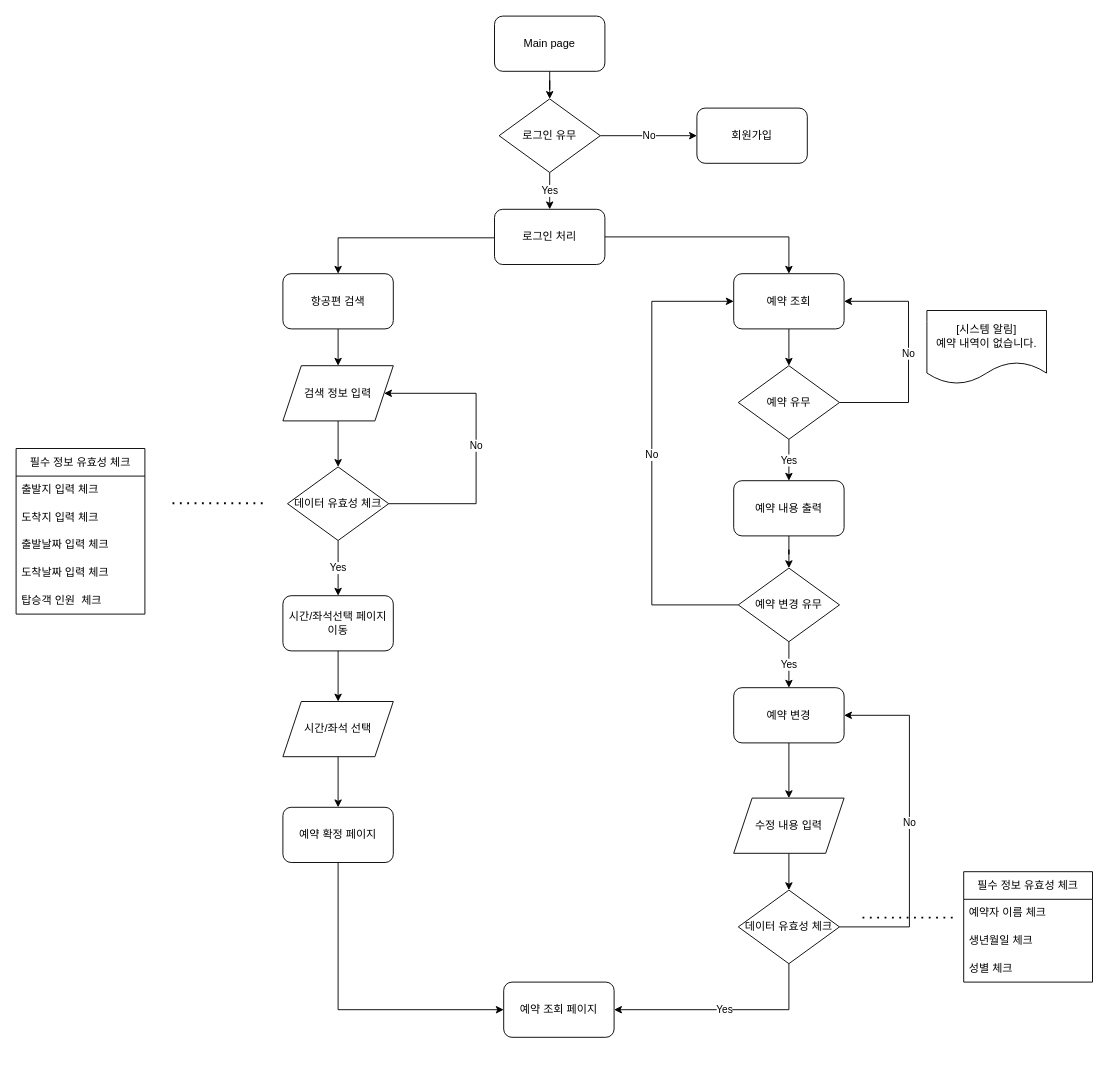
This is page "예약" (2 of 4) of 제목 없는 다이어그램.drawio from awfawf123/workspace, a draw.io file, before an edit. Source tidied: cells renumbered, new cells numbered last; positions are measured from the earlier drawing's top-left corner, leaving out a move shared by most shapes. Both pictures are drawn from the tidied source at 92%, with x=0, y=0 at pixel (16, 16).
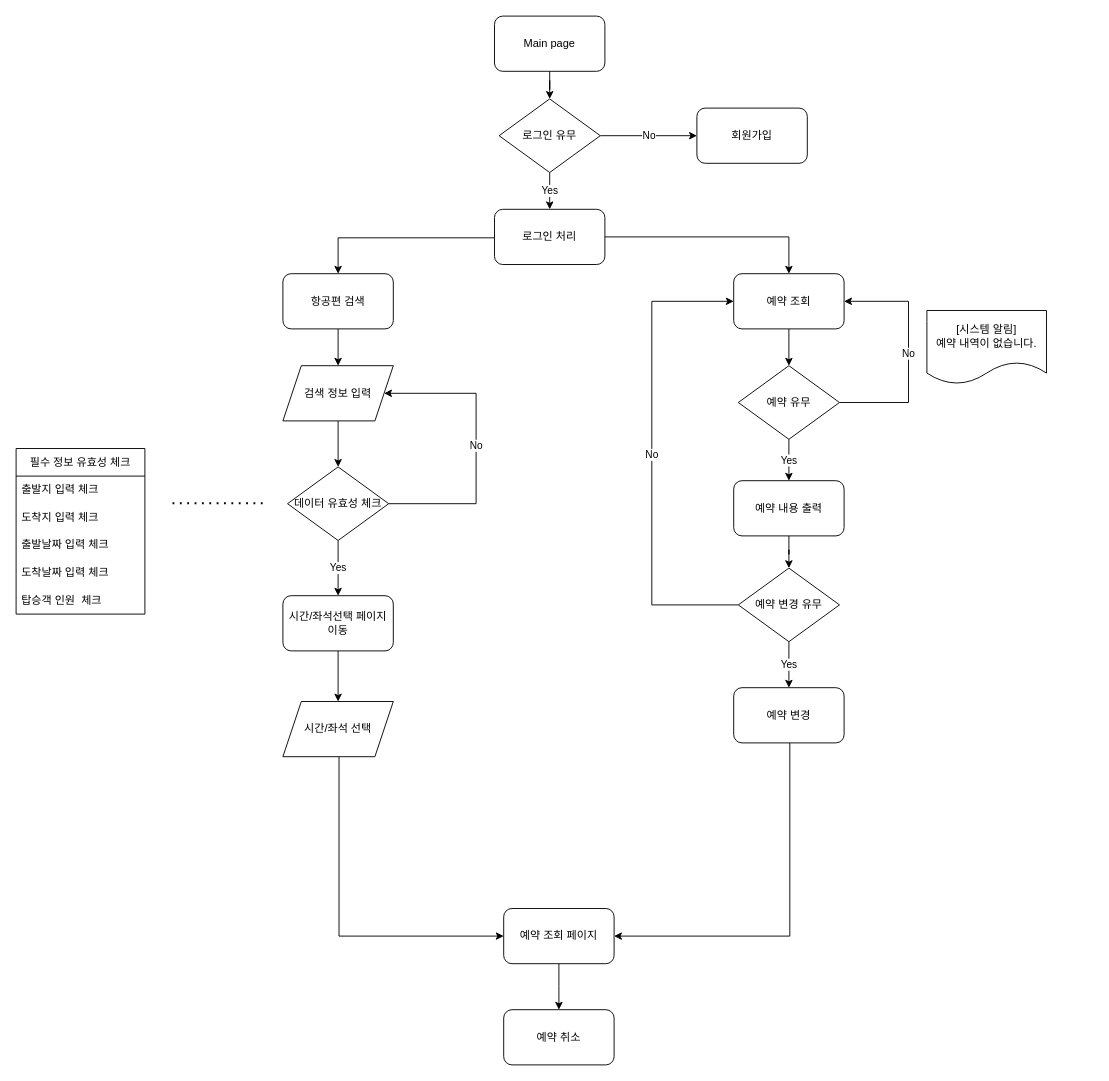
After the change.

Commit message:
제목 없는 다이어그램.

Unchanged cells that the change refers to:
```xml
<mxCell id="20" value="시간/좌석 선택" style="shape=parallelogram;perimeter=parallelogramPerimeter;whiteSpace=wrap;html=1;fixedSize=1;" parent="1" vertex="1">
  <mxGeometry x="290" y="745" width="120" height="60" as="geometry" />
</mxCell>
<mxCell id="44" value="예약 변경" style="rounded=1;whiteSpace=wrap;html=1;" parent="1" vertex="1">
  <mxGeometry x="780" y="730" width="120" height="60" as="geometry" />
</mxCell>
```

The edit, as a diff of the source:
```diff
@@
-    <mxCell id="19" style="edgeStyle=orthogonalEdgeStyle;rounded=0;jettySize=auto;html=1;entryX=0.5;entryY=0;entryDx=0;entryDy=0;" parent="1" edge="1" source="20" target="22">
-      <mxGeometry relative="1" as="geometry" />
-    </mxCell>
+    <mxCell id="55" style="edgeStyle=orthogonalEdgeStyle;rounded=0;jettySize=auto;html=1;entryX=0;entryY=0.5;entryDx=0;entryDy=0;" parent="1" edge="1" source="20" target="29">
+      <mxGeometry relative="1" as="geometry">
+        <Array as="points">
+          <mxPoint x="351" y="1000" />
+        </Array>
+      </mxGeometry>
+    </mxCell>
@@
-    <mxCell id="21" style="edgeStyle=orthogonalEdgeStyle;rounded=0;jettySize=auto;html=1;entryX=0;entryY=0.5;entryDx=0;entryDy=0;" parent="1" edge="1" source="22" target="29">
-      <mxGeometry relative="1" as="geometry">
-        <Array as="points">
-          <mxPoint x="350" y="1080" />
-        </Array>
-      </mxGeometry>
-    </mxCell>
-    <mxCell id="22" value="예약 확정 페이지" style="rounded=1;whiteSpace=wrap;html=1;" parent="1" vertex="1">
-      <mxGeometry x="290" y="860" width="120" height="60" as="geometry" />
-    </mxCell>
@@
+    <mxCell id="56" style="edgeStyle=orthogonalEdgeStyle;rounded=0;jettySize=auto;html=1;" parent="1" edge="1" source="29">
+      <mxGeometry relative="1" as="geometry">
+        <mxPoint x="590" y="1080" as="targetPoint" />
+      </mxGeometry>
+    </mxCell>
     <mxCell id="29" value="예약 조회 페이지" style="rounded=1;whiteSpace=wrap;html=1;" parent="1" vertex="1">
-      <mxGeometry x="530" y="1050" width="120" height="60" as="geometry" />
+      <mxGeometry x="530" y="970" width="120" height="60" as="geometry" />
     </mxCell>
@@
-    <mxCell id="43" style="edgeStyle=orthogonalEdgeStyle;rounded=0;jettySize=auto;html=1;entryX=0.5;entryY=0;entryDx=0;entryDy=0;" parent="1" edge="1" source="44" target="46">
-      <mxGeometry relative="1" as="geometry" />
+    <mxCell id="43" style="edgeStyle=orthogonalEdgeStyle;rounded=0;jettySize=auto;html=1;entryX=1;entryY=0.5;entryDx=0;entryDy=0;" parent="1" edge="1" source="44" target="29">
+      <mxGeometry relative="1" as="geometry">
+        <Array as="points">
+          <mxPoint x="841" y="1000" />
+        </Array>
+      </mxGeometry>
     </mxCell>
@@
-    <mxCell id="45" style="edgeStyle=orthogonalEdgeStyle;rounded=0;jettySize=auto;html=1;entryX=0.5;entryY=0;entryDx=0;entryDy=0;" parent="1" edge="1" source="46" target="49">
-      <mxGeometry relative="1" as="geometry" />
-    </mxCell>
-    <mxCell id="46" value="수정 내용 입력" style="shape=parallelogram;perimeter=parallelogramPerimeter;whiteSpace=wrap;html=1;fixedSize=1;" parent="1" vertex="1">
-      <mxGeometry x="780" y="850" width="120" height="60" as="geometry" />
-    </mxCell>
-    <mxCell id="47" value="No" style="edgeStyle=orthogonalEdgeStyle;rounded=0;jettySize=auto;html=1;entryX=1;entryY=0.5;entryDx=0;entryDy=0;" parent="1" edge="1" source="49" target="44">
-      <mxGeometry relative="1" as="geometry">
-        <Array as="points">
-          <mxPoint x="971" y="990" />
-          <mxPoint x="971" y="760" />
-        </Array>
-      </mxGeometry>
-    </mxCell>
-    <mxCell id="48" value="Yes" style="edgeStyle=orthogonalEdgeStyle;rounded=0;jettySize=auto;html=1;entryX=1;entryY=0.5;entryDx=0;entryDy=0;" parent="1" edge="1" source="49" target="29">
-      <mxGeometry relative="1" as="geometry">
-        <Array as="points">
-          <mxPoint x="840" y="1080" />
-        </Array>
-      </mxGeometry>
-    </mxCell>
-    <mxCell id="49" value="데이터 유효성 체크" style="rhombus;whiteSpace=wrap;html=1;" parent="1" vertex="1">
-      <mxGeometry x="785" y="950" width="110" height="80" as="geometry" />
-    </mxCell>
-    <mxCell id="50" value="필수 정보 유효성 체크" style="swimlane;fontStyle=0;horizontal=1;startSize=30;whiteSpace=wrap;html=1;" parent="1" vertex="1">
-      <mxGeometry x="1030" y="930" width="140" height="120" as="geometry" />
-    </mxCell>
-    <mxCell id="51" value="예약자 이름 체크" style="text;strokeColor=none;fillColor=none;align=left;verticalAlign=middle;spacingLeft=4;spacingRight=4;overflow=hidden;whiteSpace=wrap;html=1;" parent="50" vertex="1">
-      <mxGeometry y="30" width="140" height="30" as="geometry" />
-    </mxCell>
-    <mxCell id="52" value="생년월일 체크" style="text;strokeColor=none;fillColor=none;align=left;verticalAlign=middle;spacingLeft=4;spacingRight=4;overflow=hidden;whiteSpace=wrap;html=1;" parent="50" vertex="1">
-      <mxGeometry y="60" width="140" height="30" as="geometry" />
-    </mxCell>
-    <mxCell id="53" value="성별 체크" style="text;strokeColor=none;fillColor=none;align=left;verticalAlign=middle;spacingLeft=4;spacingRight=4;overflow=hidden;whiteSpace=wrap;html=1;" parent="50" vertex="1">
-      <mxGeometry y="90" width="140" height="30" as="geometry" />
-    </mxCell>
-    <mxCell id="54" style="endArrow=none;dashed=1;html=1;dashPattern=1 3;strokeWidth=2;rounded=0;" parent="1" edge="1">
-      <mxGeometry relative="1" as="geometry">
-        <mxPoint x="920" y="980" as="sourcePoint" />
-        <mxPoint x="1020" y="980" as="targetPoint" />
-      </mxGeometry>
-    </mxCell>
+    <mxCell id="57" value="예약 취소" style="rounded=1;whiteSpace=wrap;html=1;" parent="1" vertex="1">
+      <mxGeometry x="530" y="1080" width="120" height="60" as="geometry" />
+    </mxCell>
```
